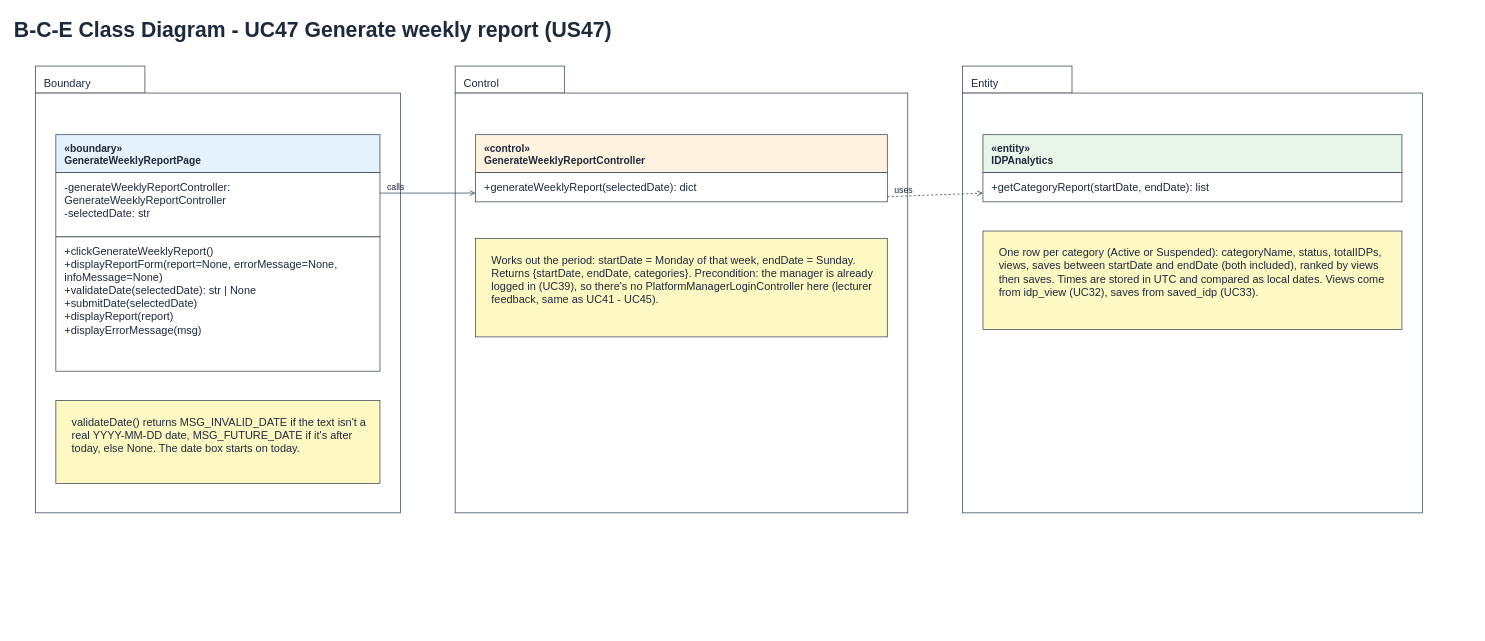
The draw.io diagram page "5 BCE Class Diagram" (6 of 7) of Sprint_5/US47 - Generate Weekly Report/US47 Generate weekly report.drawio in Hanzxc/CSIT314-ARCHSS, before the edit. Source tidied: cells renumbered, new cells numbered last; positions are measured from the earlier drawing's top-left corner, leaving out a move shared by most shapes. Both pictures are drawn from the tidied source at 73%, with x=0, y=0 at pixel (12, 12).
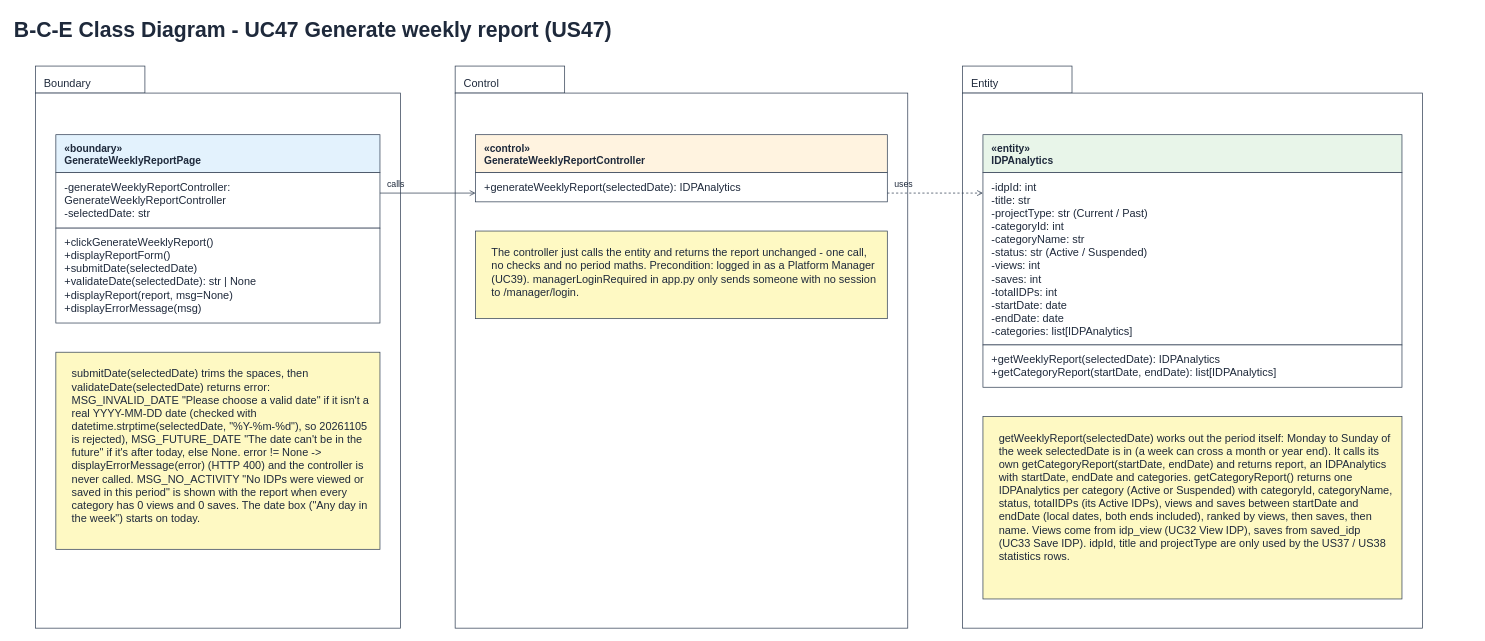
Above is the later version.

Diff of the diagram source:
```diff
@@
     <mxCell id="3" style="rounded=0;whiteSpace=wrap;html=1;fillColor=#ffffff;strokeColor=#334155;align=left;verticalAlign=top;spacingLeft=10;spacingTop=4;fontSize=15;fontColor=#1e293b;" parent="1" vertex="1">
-      <mxGeometry x="1301" y="110" width="630" height="575" as="geometry" />
+      <mxGeometry x="1301" y="110" width="630" height="733" as="geometry" />
     </mxCell>
@@
     <mxCell id="5" style="rounded=0;whiteSpace=wrap;html=1;fillColor=#ffffff;strokeColor=#334155;align=left;verticalAlign=top;spacingLeft=10;spacingTop=4;fontSize=15;fontColor=#1e293b;" parent="1" vertex="1">
-      <mxGeometry x="606" y="110" width="620" height="575" as="geometry" />
+      <mxGeometry x="606" y="110" width="620" height="733" as="geometry" />
     </mxCell>
@@
     <mxCell id="7" style="rounded=0;whiteSpace=wrap;html=1;fillColor=#ffffff;strokeColor=#334155;align=left;verticalAlign=top;spacingLeft=10;spacingTop=4;fontSize=15;fontColor=#1e293b;" parent="1" vertex="1">
-      <mxGeometry x="31" y="110" width="500" height="575" as="geometry" />
+      <mxGeometry x="31" y="110" width="500" height="733" as="geometry" />
     </mxCell>
@@
     <mxCell id="10" value="-generateWeeklyReportController: GenerateWeeklyReportController&lt;br&gt;-selectedDate: str" style="rounded=0;whiteSpace=wrap;html=1;fillColor=#ffffff;strokeColor=#334155;align=left;verticalAlign=top;spacingLeft=10;spacingTop=4;fontSize=15;fontColor=#1e293b;" parent="1" vertex="1">
-      <mxGeometry x="59" y="219" width="444" height="88" as="geometry" />
+      <mxGeometry x="59" y="219" width="444" height="76" as="geometry" />
     </mxCell>
-    <mxCell id="11" value="+clickGenerateWeeklyReport()&lt;br&gt;+displayReportForm(report=None, errorMessage=None, infoMessage=None)&lt;br&gt;+validateDate(selectedDate): str | None&lt;br&gt;+submitDate(selectedDate)&lt;br&gt;+displayReport(report)&lt;br&gt;+displayErrorMessage(msg)" style="rounded=0;whiteSpace=wrap;html=1;fillColor=#ffffff;strokeColor=#334155;align=left;verticalAlign=top;spacingLeft=10;spacingTop=4;fontSize=15;fontColor=#1e293b;" parent="1" vertex="1">
-      <mxGeometry x="59" y="307" width="444" height="184" as="geometry" />
+    <mxCell id="11" value="+clickGenerateWeeklyReport()&lt;br&gt;+displayReportForm()&lt;br&gt;+submitDate(selectedDate)&lt;br&gt;+validateDate(selectedDate): str | None&lt;br&gt;+displayReport(report, msg=None)&lt;br&gt;+displayErrorMessage(msg)" style="rounded=0;whiteSpace=wrap;html=1;fillColor=#ffffff;strokeColor=#334155;align=left;verticalAlign=top;spacingLeft=10;spacingTop=4;fontSize=15;fontColor=#1e293b;" parent="1" vertex="1">
+      <mxGeometry x="59" y="295" width="444" height="130" as="geometry" />
     </mxCell>
-    <mxCell id="12" value="validateDate() returns MSG_INVALID_DATE if the text isn't a real YYYY-MM-DD date, MSG_FUTURE_DATE if it's after today, else None. The date box starts on today." style="rounded=0;whiteSpace=wrap;html=1;fillColor=#fef9c3;strokeColor=#334155;align=left;verticalAlign=top;spacingLeft=10;spacingTop=4;fontSize=15;fontColor=#1e293b;whiteSpace=wrap;spacing=12;" parent="1" vertex="1">
-      <mxGeometry x="59" y="531" width="444" height="114" as="geometry" />
+    <mxCell id="12" value="submitDate(selectedDate) trims the spaces, then validateDate(selectedDate) returns error: MSG_INVALID_DATE &quot;Please choose a valid date&quot; if it isn't a real YYYY-MM-DD date (checked with datetime.strptime(selectedDate, &quot;%Y-%m-%d&quot;), so 20261105 is rejected), MSG_FUTURE_DATE &quot;The date can't be in the future&quot; if it's after today, else None. error != None -&amp;gt; displayErrorMessage(error) (HTTP 400) and the controller is never called. MSG_NO_ACTIVITY &quot;No IDPs were viewed or saved in this period&quot; is shown with the report when every category has 0 views and 0 saves. The date box (&quot;Any day in the week&quot;) starts on today." style="rounded=0;whiteSpace=wrap;html=1;fillColor=#fef9c3;strokeColor=#334155;align=left;verticalAlign=top;spacingLeft=10;spacingTop=4;fontSize=15;fontColor=#1e293b;whiteSpace=wrap;spacing=12;" parent="1" vertex="1">
+      <mxGeometry x="59" y="465" width="444" height="270" as="geometry" />
     </mxCell>
@@
-    <mxCell id="14" value="+generateWeeklyReport(selectedDate): dict" style="rounded=0;whiteSpace=wrap;html=1;fillColor=#ffffff;strokeColor=#334155;align=left;verticalAlign=top;spacingLeft=10;spacingTop=4;fontSize=15;fontColor=#1e293b;" parent="1" vertex="1">
+    <mxCell id="14" value="+generateWeeklyReport(selectedDate): IDPAnalytics" style="rounded=0;whiteSpace=wrap;html=1;fillColor=#ffffff;strokeColor=#334155;align=left;verticalAlign=top;spacingLeft=10;spacingTop=4;fontSize=15;fontColor=#1e293b;" parent="1" vertex="1">
       <mxGeometry x="634" y="219" width="564" height="40" as="geometry" />
     </mxCell>
-    <mxCell id="15" value="Works out the period: startDate = Monday of that week, endDate = Sunday. Returns {startDate, endDate, categories}. Precondition: the manager is already logged in (UC39), so there's no PlatformManagerLoginController here (lecturer feedback, same as UC41 - UC45)." style="rounded=0;whiteSpace=wrap;html=1;fillColor=#fef9c3;strokeColor=#334155;align=left;verticalAlign=top;spacingLeft=10;spacingTop=4;fontSize=15;fontColor=#1e293b;whiteSpace=wrap;spacing=12;" parent="1" vertex="1">
-      <mxGeometry x="634" y="309" width="564" height="135" as="geometry" />
+    <mxCell id="15" value="The controller just calls the entity and returns the report unchanged - one call, no checks and no period maths. Precondition: logged in as a Platform Manager (UC39). managerLoginRequired in app.py only sends someone with no session to /manager/login." style="rounded=0;whiteSpace=wrap;html=1;fillColor=#fef9c3;strokeColor=#334155;align=left;verticalAlign=top;spacingLeft=10;spacingTop=4;fontSize=15;fontColor=#1e293b;whiteSpace=wrap;spacing=12;" parent="1" vertex="1">
+      <mxGeometry x="634" y="299" width="564" height="120" as="geometry" />
     </mxCell>
@@
-    <mxCell id="17" value="+getCategoryReport(startDate, endDate): list" style="rounded=0;whiteSpace=wrap;html=1;fillColor=#ffffff;strokeColor=#334155;align=left;verticalAlign=top;spacingLeft=10;spacingTop=4;fontSize=15;fontColor=#1e293b;" parent="1" vertex="1">
-      <mxGeometry x="1329" y="219" width="574" height="40" as="geometry" />
+    <mxCell id="17" value="-idpId: int&lt;br&gt;-title: str&lt;br&gt;-projectType: str (Current / Past)&lt;br&gt;-categoryId: int&lt;br&gt;-categoryName: str&lt;br&gt;-status: str (Active / Suspended)&lt;br&gt;-views: int&lt;br&gt;-saves: int&lt;br&gt;-totalIDPs: int&lt;br&gt;-startDate: date&lt;br&gt;-endDate: date&lt;br&gt;-categories: list[IDPAnalytics]" style="rounded=0;whiteSpace=wrap;html=1;fillColor=#ffffff;strokeColor=#334155;align=left;verticalAlign=top;spacingLeft=10;spacingTop=4;fontSize=15;fontColor=#1e293b;" parent="1" vertex="1">
+      <mxGeometry x="1329" y="219" width="574" height="236" as="geometry" />
     </mxCell>
+    <mxCell id="23" value="+getWeeklyReport(selectedDate): IDPAnalytics&lt;br&gt;+getCategoryReport(startDate, endDate): list[IDPAnalytics]" style="rounded=0;whiteSpace=wrap;html=1;fillColor=#ffffff;strokeColor=#334155;align=left;verticalAlign=top;spacingLeft=10;spacingTop=4;fontSize=15;fontColor=#1e293b;" parent="1" vertex="1">
+      <mxGeometry x="1329" y="455" width="574" height="58" as="geometry" />
+    </mxCell>
-    <mxCell id="18" value="One row per category (Active or Suspended): categoryName, status, totalIDPs, views, saves between startDate and endDate (both included), ranked by views then saves. Times are stored in UTC and compared as local dates. Views come from idp_view (UC32), saves from saved_idp (UC33)." style="rounded=0;whiteSpace=wrap;html=1;fillColor=#fef9c3;strokeColor=#334155;align=left;verticalAlign=top;spacingLeft=10;spacingTop=4;fontSize=15;fontColor=#1e293b;whiteSpace=wrap;spacing=12;" parent="1" vertex="1">
-      <mxGeometry x="1329" y="299" width="574" height="135" as="geometry" />
+    <mxCell id="18" value="getWeeklyReport(selectedDate) works out the period itself: Monday to Sunday of the week selectedDate is in (a week can cross a month or year end). It calls its own getCategoryReport(startDate, endDate) and returns report, an IDPAnalytics with startDate, endDate and categories. getCategoryReport() returns one IDPAnalytics per category (Active or Suspended) with categoryId, categoryName, status, totalIDPs (its Active IDPs), views and saves between startDate and endDate (local dates, both ends included), ranked by views, then saves, then name. Views come from idp_view (UC32 View IDP), saves from saved_idp (UC33 Save IDP). idpId, title and projectType are only used by the US37 / US38 statistics rows." style="rounded=0;whiteSpace=wrap;html=1;fillColor=#fef9c3;strokeColor=#334155;align=left;verticalAlign=top;spacingLeft=10;spacingTop=4;fontSize=15;fontColor=#1e293b;whiteSpace=wrap;spacing=12;" parent="1" vertex="1">
+      <mxGeometry x="1329" y="553" width="574" height="250" as="geometry" />
     </mxCell>
@@
     <mxCell id="20" value="calls" style="text;html=1;whiteSpace=wrap;align=left;verticalAlign=top;fontSize=12;fontStyle=0;fontColor=#1e293b;fontFamily=Helvetica;" parent="1" vertex="1">
-      <mxGeometry x="511" y="225" width="60" height="20" as="geometry" />
+      <mxGeometry x="511" y="221" width="60" height="20" as="geometry" />
     </mxCell>
     <mxCell id="21" style="endArrow=open;endFill=0;html=1;rounded=0;strokeColor=#334155;dashed=1;" parent="1" edge="1">
       <mxGeometry relative="1" as="geometry">
-        <mxPoint x="1198" y="252" as="sourcePoint" />
+        <mxPoint x="1198" y="247" as="sourcePoint" />
         <mxPoint x="1329" y="247" as="targetPoint" />
       </mxGeometry>
     </mxCell>
     <mxCell id="22" value="uses" style="text;html=1;whiteSpace=wrap;align=left;verticalAlign=top;fontSize=12;fontStyle=0;fontColor=#1e293b;fontFamily=Helvetica;" parent="1" vertex="1">
-      <mxGeometry x="1206" y="229" width="90" height="20" as="geometry" />
+      <mxGeometry x="1206" y="221" width="90" height="20" as="geometry" />
     </mxCell>
```
